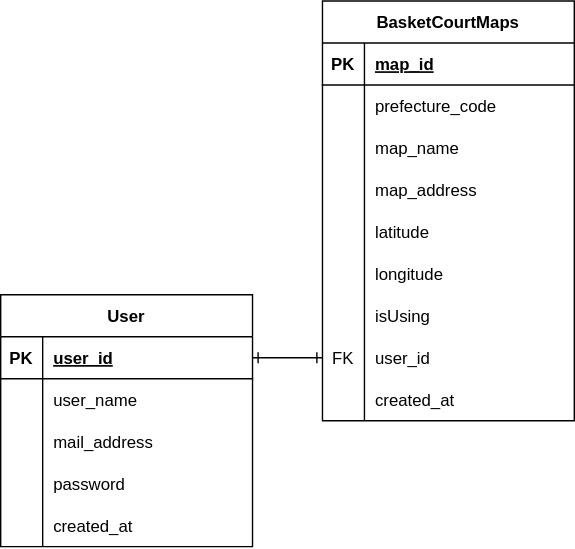
Earlier version of the draw.io export src/app/_design/db.drawio.svg (yamaneko86/basket-court-map-ts). Source tidied: cells renumbered, new cells last; positions are measured from the earlier drawing's top-left corner, leaving out a move shared by most shapes.
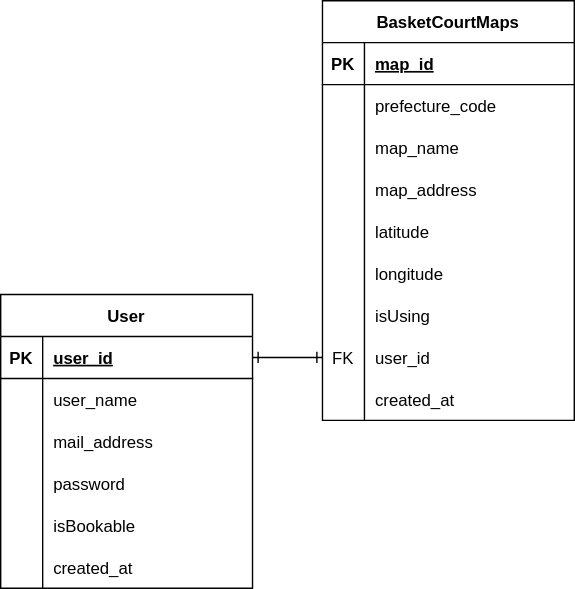
The same file after the commit.

Commit message:
Userテーブルの更新

Change to the diagram source:
```diff
@@ -87,7 +87,7 @@
       <mxGeometry x="30" width="150" height="30" as="geometry" />
     </mxCell>
     <mxCell id="30" value="User" style="shape=table;startSize=30;rowLines=0;fontStyle=1;align=center;" parent="1" vertex="1">
-      <mxGeometry y="210" width="180" height="180" as="geometry" />
+      <mxGeometry y="210" width="180" height="210" as="geometry" />
     </mxCell>
     <mxCell id="31" style="shape=tableRow;horizontal=0;startSize=0;swimlaneHead=0;swimlaneBody=0;fillColor=none;points=[[0,0.5],[1,0.5]];portConstraint=eastwest;top=0;left=0;right=0;bottom=1;" parent="30" vertex="1">
       <mxGeometry y="30" width="180" height="30" as="geometry" />
@@ -125,8 +125,17 @@
     <mxCell id="42" value="password" style="shape=partialRectangle;fillColor=none;top=0;left=0;bottom=0;right=0;align=left;spacingLeft=6;overflow=hidden;" parent="40" vertex="1">
       <mxGeometry x="30" width="150" height="30" as="geometry" />
     </mxCell>
+    <mxCell id="47" style="shape=tableRow;horizontal=0;startSize=0;swimlaneHead=0;swimlaneBody=0;fillColor=none;top=0;left=0;right=0;bottom=0;" parent="30" vertex="1">
+      <mxGeometry y="150" width="180" height="30" as="geometry" />
+    </mxCell>
+    <mxCell id="48" style="shape=partialRectangle;fillColor=none;top=0;left=0;bottom=0;right=0;overflow=hidden;" parent="47" vertex="1">
+      <mxGeometry width="30" height="30" as="geometry" />
+    </mxCell>
+    <mxCell id="49" value="isBookable" style="shape=partialRectangle;fillColor=none;top=0;left=0;bottom=0;right=0;align=left;spacingLeft=6;overflow=hidden;" parent="47" vertex="1">
+      <mxGeometry x="30" width="150" height="30" as="geometry" />
+    </mxCell>
     <mxCell id="43" style="shape=tableRow;horizontal=0;startSize=0;swimlaneHead=0;swimlaneBody=0;fillColor=none;top=0;left=0;right=0;bottom=0;" parent="30" vertex="1">
-      <mxGeometry y="150" width="180" height="30" as="geometry" />
+      <mxGeometry y="180" width="180" height="30" as="geometry" />
     </mxCell>
     <mxCell id="44" style="shape=partialRectangle;fillColor=none;top=0;left=0;bottom=0;right=0;overflow=hidden;" parent="43" vertex="1">
       <mxGeometry width="30" height="30" as="geometry" />
```
